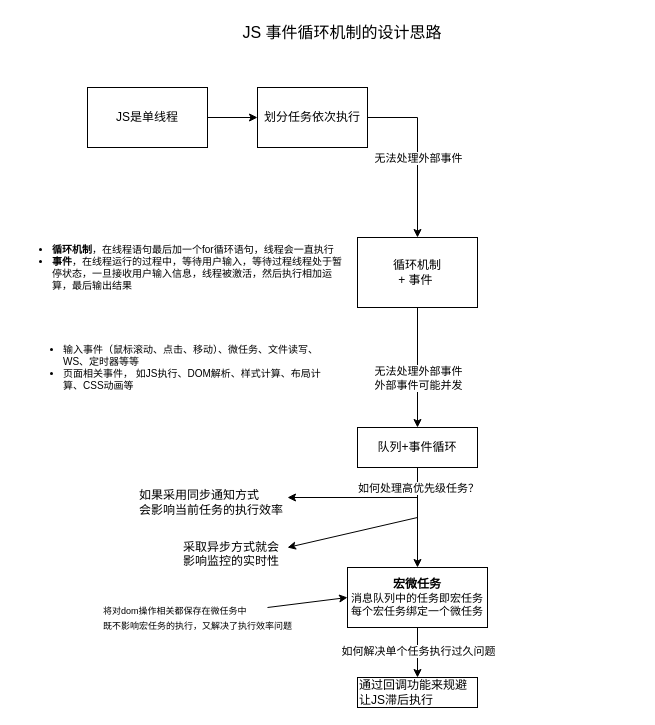
Earlier version of the draw.io diagram 未命名绘图.drawio (guojingwen/life). Source tidied: cells renumbered, new cells numbered last; positions are measured from the earlier drawing's top-left corner, leaving out a move shared by most shapes. Both pictures are drawn from the tidied source at 100%, with x=0, y=0 at pixel (17, 17).
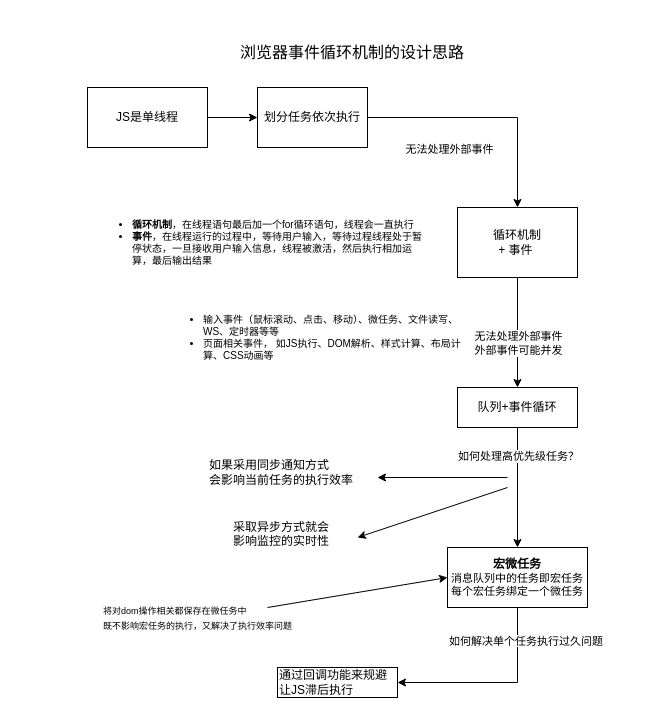
Above is the later version.

Commit message:
更新未命名绘图.drawio

The edit, as a diff of the source:
```diff
@@
-    <mxCell id="2" value="&lt;font style=&quot;font-size: 16px;&quot;&gt;JS 事件循环机制的设计思路&lt;/font&gt;" style="text;html=1;strokeColor=none;fillColor=none;align=center;verticalAlign=middle;whiteSpace=wrap;rounded=0;" parent="1" vertex="1">
-      <mxGeometry x="220" width="210" height="30" as="geometry" />
+    <mxCell id="2" value="&lt;font style=&quot;font-size: 16px;&quot;&gt;浏览器事件循环机制的设计思路&lt;/font&gt;" style="text;html=1;strokeColor=none;fillColor=none;align=center;verticalAlign=middle;whiteSpace=wrap;rounded=0;" parent="1" vertex="1">
+      <mxGeometry x="220" y="20" width="230" height="30" as="geometry" />
     </mxCell>
@@
     <mxCell id="10" value="循环机制&lt;br&gt;+ 事件&amp;nbsp;" style="rounded=0;whiteSpace=wrap;html=1;" parent="1" vertex="1">
-      <mxGeometry x="340" y="220" width="120" height="70" as="geometry" />
+      <mxGeometry x="440" y="190" width="120" height="70" as="geometry" />
     </mxCell>
     <mxCell id="11" value="&lt;div style=&quot;font-size: 10px;&quot; class=&quot;lake-content&quot;&gt;&lt;ul style=&quot;margin: 0; padding-left: 23px&quot; class=&quot;ne-ul&quot;&gt;&lt;li id=&quot;ueaa8505f&quot;&gt;&lt;b&gt;循环机制&lt;/b&gt;，在线程语句最后加一个for循环语句，线程会一直执行&lt;/li&gt;&lt;li id=&quot;u5c708ba2&quot;&gt;&lt;span class=&quot;ne-text&quot;&gt;&lt;b&gt;事件&lt;/b&gt;，在线程运行的过程中，等待用户输入，等待过程线程处于暂停状态，一旦接收用户输入信息，线程被激活，然后执行相加运算，最后输出结果&lt;/span&gt;&lt;/li&gt;&lt;/ul&gt;&lt;/div&gt;" style="text;html=1;strokeColor=none;fillColor=none;align=left;verticalAlign=middle;whiteSpace=wrap;rounded=0;" parent="1" vertex="1">
-      <mxGeometry x="10" y="210" width="320" height="80" as="geometry" />
+      <mxGeometry x="90" y="185" width="320" height="80" as="geometry" />
     </mxCell>
@@
     <mxCell id="14" value="队列+事件循环" style="rounded=0;whiteSpace=wrap;html=1;" parent="1" vertex="1">
-      <mxGeometry x="340" y="410" width="120" height="40" as="geometry" />
+      <mxGeometry x="440" y="370" width="120" height="40" as="geometry" />
     </mxCell>
     <mxCell id="15" value="&lt;ul style=&quot;font-size: 10px;&quot;&gt;&lt;li&gt;输入事件（鼠标滚动、点击、移动）、微任务、文件读写、WS、定时器等等&lt;/li&gt;&lt;li&gt;页面相关事件， 如JS执行、DOM解析、样式计算、布局计算、CSS动画等&lt;/li&gt;&lt;/ul&gt;" style="text;strokeColor=none;fillColor=none;align=left;verticalAlign=middle;spacingLeft=4;spacingRight=4;overflow=hidden;whiteSpace=wrap;html=1;" parent="1" vertex="1">
-      <mxGeometry y="310" width="320" height="80" as="geometry" />
+      <mxGeometry x="140" y="280" width="320" height="80" as="geometry" />
     </mxCell>
-    <mxCell id="16" style="edgeStyle=orthogonalEdgeStyle;rounded=0;jettySize=auto;html=1;exitX=0.5;exitY=1;exitDx=0;exitDy=0;" parent="1" edge="1" source="18" target="25">
+    <mxCell id="16" style="edgeStyle=orthogonalEdgeStyle;rounded=0;jettySize=auto;html=1;exitX=0.5;exitY=1;exitDx=0;exitDy=0;entryX=1;entryY=0.5;entryDx=0;entryDy=0;" parent="1" edge="1" source="18" target="25">
       <mxGeometry relative="1" as="geometry">
         <Array as="points">
-          <mxPoint x="400" y="640" />
-          <mxPoint x="400" y="640" />
+          <mxPoint x="500" y="665" />
         </Array>
       </mxGeometry>
     </mxCell>
-    <mxCell id="17" value="如何解决单个任务执行过久问题" style="edgeLabel;html=1;align=center;verticalAlign=middle;" parent="16" vertex="1">
-      <mxGeometry x="-0.1" relative="1" as="geometry" />
-    </mxCell>
     <mxCell id="18" value="&lt;b&gt;宏微任务&lt;/b&gt;&lt;br&gt;&lt;div style=&quot;text-align: left; font-size: 11px;&quot;&gt;&lt;span style=&quot;background-color: initial;&quot;&gt;&lt;font style=&quot;font-size: 11px;&quot;&gt;消息队列中的任务即宏任务&lt;/font&gt;&lt;/span&gt;&lt;/div&gt;&lt;div style=&quot;text-align: left; font-size: 11px;&quot;&gt;&lt;span style=&quot;background-color: initial;&quot;&gt;&lt;font style=&quot;font-size: 11px;&quot;&gt;每个宏任务绑定一个微任务&lt;/font&gt;&lt;/span&gt;&lt;/div&gt;" style="rounded=0;whiteSpace=wrap;html=1;" parent="1" vertex="1">
-      <mxGeometry x="330" y="550" width="140" height="60" as="geometry" />
+      <mxGeometry x="430" y="530" width="140" height="60" as="geometry" />
     </mxCell>
     <mxCell id="19" value="如果采用同步通知方式&lt;br&gt;会影响当前任务的执行效率" style="text;html=1;strokeColor=none;fillColor=none;align=left;verticalAlign=middle;whiteSpace=wrap;rounded=0;" parent="1" vertex="1">
-      <mxGeometry x="120" y="470" width="170" height="30" as="geometry" />
+      <mxGeometry x="190" y="440" width="170" height="30" as="geometry" />
     </mxCell>
     <mxCell id="20" style="endArrow=classic;html=1;rounded=0;" parent="1" edge="1">
       <mxGeometry relative="1" as="geometry">
-        <mxPoint x="400" y="480" as="sourcePoint" />
-        <mxPoint x="270" y="480" as="targetPoint" />
+        <mxPoint x="490" y="460" as="sourcePoint" />
+        <mxPoint x="360" y="460" as="targetPoint" />
       </mxGeometry>
     </mxCell>
     <mxCell id="21" style="endArrow=classic;html=1;rounded=0;" parent="1" edge="1">
       <mxGeometry relative="1" as="geometry">
-        <mxPoint x="400" y="500" as="sourcePoint" />
-        <mxPoint x="270" y="530" as="targetPoint" />
+        <mxPoint x="490" y="470" as="sourcePoint" />
+        <mxPoint x="340" y="520" as="targetPoint" />
       </mxGeometry>
     </mxCell>
     <mxCell id="22" value="采取异步方式就会影响监控的实时性" style="text;strokeColor=none;fillColor=none;align=left;verticalAlign=middle;spacingLeft=4;spacingRight=4;overflow=hidden;whiteSpace=wrap;html=1;" parent="1" vertex="1">
-      <mxGeometry x="160" y="520" width="110" height="30" as="geometry" />
+      <mxGeometry x="210" y="500" width="110" height="30" as="geometry" />
     </mxCell>
@@
     <mxCell id="25" value="通过回调功能来规避让JS滞后执行" style="rounded=0;whiteSpace=wrap;html=1;align=left;" parent="1" vertex="1">
-      <mxGeometry x="340" y="660" width="120" height="30" as="geometry" />
+      <mxGeometry x="260" y="650" width="120" height="30" as="geometry" />
     </mxCell>
+    <mxCell id="17" value="&lt;span style=&quot;color: rgb(0, 0, 0); font-family: Helvetica; font-size: 11px; font-style: normal; font-variant-ligatures: normal; font-variant-caps: normal; font-weight: 400; letter-spacing: normal; orphans: 2; text-align: center; text-indent: 0px; text-transform: none; widows: 2; word-spacing: 0px; -webkit-text-stroke-width: 0px; background-color: rgb(255, 255, 255); text-decoration-thickness: initial; text-decoration-style: initial; text-decoration-color: initial; float: none; display: inline !important;&quot;&gt;如何解决单个任务执行过久问题&lt;/span&gt;" style="text;whiteSpace=wrap;html=1;" parent="1" vertex="1">
+      <mxGeometry x="430" y="610" width="190" height="40" as="geometry" />
+    </mxCell>
```
